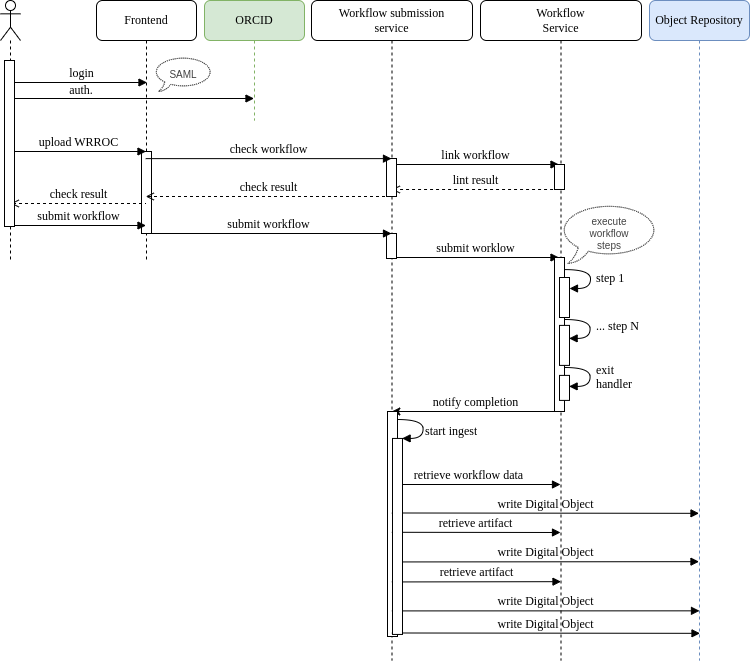
Above: assets/exec_flow_wfl_submission.png in Senckenberg-DCBiodivIT/fair-workflow-platform (draw.io), before the change. Source tidied: cells renumbered, new cells last; positions are measured from the earlier drawing's top-left corner, leaving out a move shared by most shapes.
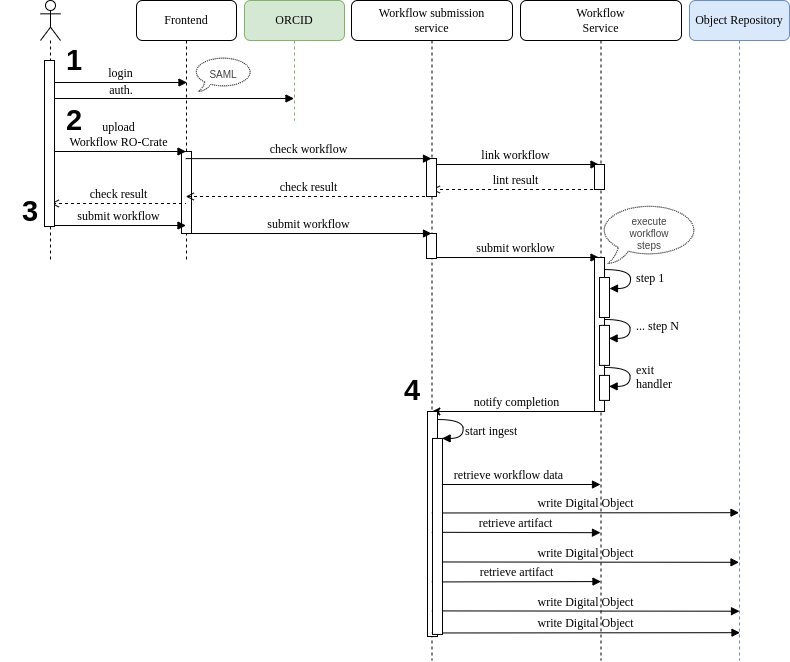
After the change.

What changed in the source:
```diff
@@ -68,7 +68,7 @@
         <mxPoint x="698.5" y="561.5" as="targetPoint" />
       </mxGeometry>
     </mxCell>
-    <mxCell id="16" value="upload&amp;nbsp;&lt;span style=&quot;background-color: initial;&quot;&gt;WRROC&lt;/span&gt;" style="html=1;verticalAlign=bottom;endArrow=block;labelBackgroundColor=none;fontFamily=Verdana;fontSize=12;elbow=horizontal;" parent="1" edge="1">
+    <mxCell id="16" value="upload&lt;div&gt;Workflow RO-Crate&lt;/div&gt;" style="html=1;verticalAlign=bottom;endArrow=block;labelBackgroundColor=none;fontFamily=Verdana;fontSize=12;elbow=horizontal;" parent="1" edge="1">
       <mxGeometry relative="1" as="geometry">
         <mxPoint x="10.3" y="151" as="sourcePoint" />
         <mxPoint x="145.5" y="151" as="targetPoint" />
@@ -231,5 +231,17 @@
     <mxCell id="48" value="auth." style="text;html=1;align=center;verticalAlign=middle;whiteSpace=wrap;rounded=0;fontFamily=Verdana;" parent="1" vertex="1">
       <mxGeometry x="51" y="75" width="60" height="30" as="geometry" />
     </mxCell>
+    <mxCell id="49" value="&lt;b style=&quot;font-size: 29px;&quot;&gt;4&lt;/b&gt;" style="text;html=1;align=center;verticalAlign=middle;whiteSpace=wrap;rounded=0;fontSize=29;" parent="1" vertex="1">
+      <mxGeometry x="342" y="374.9" width="60" height="30" as="geometry" />
+    </mxCell>
+    <mxCell id="50" value="&lt;b style=&quot;font-size: 29px;&quot;&gt;2&lt;/b&gt;" style="text;html=1;align=center;verticalAlign=middle;whiteSpace=wrap;rounded=0;fontSize=29;" parent="1" vertex="1">
+      <mxGeometry x="4" y="105" width="60" height="30" as="geometry" />
+    </mxCell>
+    <mxCell id="51" value="&lt;b&gt;3&lt;/b&gt;" style="text;html=1;align=center;verticalAlign=middle;whiteSpace=wrap;rounded=0;fontSize=29;" parent="1" vertex="1">
+      <mxGeometry x="-40" y="196" width="60" height="30" as="geometry" />
+    </mxCell>
+    <mxCell id="52" value="&lt;b style=&quot;font-size: 29px;&quot;&gt;1&lt;/b&gt;" style="text;html=1;align=center;verticalAlign=middle;whiteSpace=wrap;rounded=0;fontSize=29;" parent="1" vertex="1">
+      <mxGeometry x="4" y="45" width="60" height="30" as="geometry" />
+    </mxCell>
   </root>
 </mxGraphModel>
```
